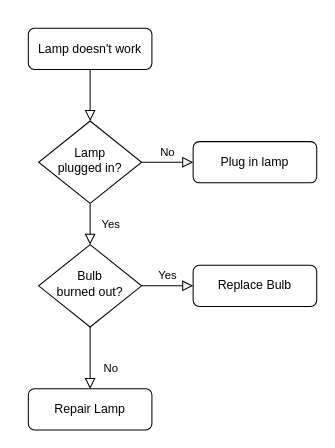
This is Untitled Diagram.drawio from lalitg/book, a draw.io file, before an edit. Source tidied: cells renumbered, new cells numbered last; positions are measured from the earlier drawing's top-left corner, leaving out a move shared by most shapes. Both pictures are drawn from the tidied source at 103%, with x=0, y=0 at pixel (28, 28).
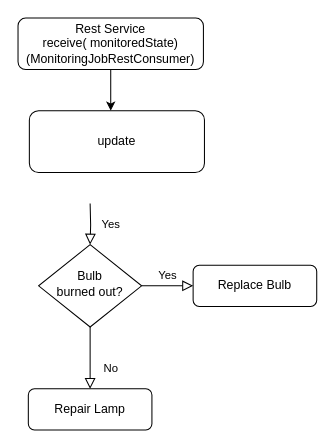
After the change.

What changed in the source:
```diff
@@
 <mxGraphModel>
   <root>
     <mxCell id="0" />
     <mxCell id="1" parent="0" />
-    <mxCell id="2" style="rounded=0;html=1;jettySize=auto;fontSize=11;endArrow=block;endFill=0;endSize=8;strokeWidth=1;shadow=0;labelBackgroundColor=none;edgeStyle=orthogonalEdgeStyle;" parent="1" edge="1" source="3" target="6">
-      <mxGeometry relative="1" as="geometry" />
-    </mxCell>
-    <mxCell id="3" value="Lamp doesn't work" style="rounded=1;whiteSpace=wrap;html=1;fontSize=12;glass=0;strokeWidth=1;shadow=0;" parent="1" vertex="1">
-      <mxGeometry width="120" height="40" as="geometry" />
+    <mxCell id="3" value="Rest Service&lt;br&gt;receive( monitoredState) (MonitoringJobRestConsumer)" style="rounded=1;whiteSpace=wrap;html=1;fontSize=12;glass=0;strokeWidth=1;shadow=0;" parent="1" vertex="1">
+      <mxGeometry x="-10" y="-10" width="180" height="50" as="geometry" />
     </mxCell>
-    <mxCell id="4" value="Yes" style="rounded=0;html=1;jettySize=auto;fontSize=11;endArrow=block;endFill=0;endSize=8;strokeWidth=1;shadow=0;labelBackgroundColor=none;edgeStyle=orthogonalEdgeStyle;" parent="1" edge="1" source="6" target="10">
-      <mxGeometry y="20" relative="1" as="geometry" />
+    <mxCell id="4" value="Yes" style="rounded=0;html=1;jettySize=auto;fontSize=11;endArrow=block;endFill=0;endSize=8;strokeWidth=1;shadow=0;labelBackgroundColor=none;edgeStyle=orthogonalEdgeStyle;" parent="1" edge="1" target="10">
+      <mxGeometry y="20" relative="1" as="geometry">
+        <mxPoint x="60" y="170" as="sourcePoint" />
+      </mxGeometry>
     </mxCell>
-    <mxCell id="5" value="No" style="edgeStyle=orthogonalEdgeStyle;rounded=0;html=1;jettySize=auto;fontSize=11;endArrow=block;endFill=0;endSize=8;strokeWidth=1;shadow=0;labelBackgroundColor=none;" parent="1" edge="1" source="6" target="7">
-      <mxGeometry y="10" relative="1" as="geometry" />
-    </mxCell>
-    <mxCell id="6" value="Lamp&lt;br&gt;plugged in?" style="rhombus;whiteSpace=wrap;html=1;shadow=0;fontFamily=Helvetica;fontSize=12;align=center;strokeWidth=1;spacing=6;spacingTop=-4;" parent="1" vertex="1">
-      <mxGeometry x="10" y="90" width="100" height="80" as="geometry" />
-    </mxCell>
-    <mxCell id="7" value="Plug in lamp" style="rounded=1;whiteSpace=wrap;html=1;fontSize=12;glass=0;strokeWidth=1;shadow=0;" parent="1" vertex="1">
-      <mxGeometry x="160" y="110" width="120" height="40" as="geometry" />
-    </mxCell>
     <mxCell id="8" value="No" style="rounded=0;html=1;jettySize=auto;fontSize=11;endArrow=block;endFill=0;endSize=8;strokeWidth=1;shadow=0;labelBackgroundColor=none;edgeStyle=orthogonalEdgeStyle;" parent="1" edge="1" source="10" target="11">
       <mxGeometry x="0.33" y="20" relative="1" as="geometry" />
     </mxCell>
     <mxCell id="9" value="Yes" style="edgeStyle=orthogonalEdgeStyle;rounded=0;html=1;jettySize=auto;fontSize=11;endArrow=block;endFill=0;endSize=8;strokeWidth=1;shadow=0;labelBackgroundColor=none;" parent="1" edge="1" source="10" target="12">
       <mxGeometry y="10" relative="1" as="geometry" />
     </mxCell>
     <mxCell id="10" value="Bulb&lt;br&gt;burned out?" style="rhombus;whiteSpace=wrap;html=1;shadow=0;fontFamily=Helvetica;fontSize=12;align=center;strokeWidth=1;spacing=6;spacingTop=-4;" parent="1" vertex="1">
       <mxGeometry x="10" y="210" width="100" height="80" as="geometry" />
     </mxCell>
     <mxCell id="11" value="Repair Lamp" style="rounded=1;whiteSpace=wrap;html=1;fontSize=12;glass=0;strokeWidth=1;shadow=0;" parent="1" vertex="1">
       <mxGeometry y="350" width="120" height="40" as="geometry" />
     </mxCell>
     <mxCell id="12" value="Replace Bulb" style="rounded=1;whiteSpace=wrap;html=1;fontSize=12;glass=0;strokeWidth=1;shadow=0;" parent="1" vertex="1">
       <mxGeometry x="160" y="230" width="120" height="40" as="geometry" />
     </mxCell>
+    <mxCell id="13" style="endArrow=classic;html=1;rounded=0;" parent="1" edge="1">
+      <mxGeometry relative="1" as="geometry">
+        <mxPoint x="80" y="40" as="sourcePoint" />
+        <mxPoint x="80" y="80" as="targetPoint" />
+      </mxGeometry>
+    </mxCell>
+    <mxCell id="14" value="update" style="rounded=1;whiteSpace=wrap;html=1;" parent="1" vertex="1">
+      <mxGeometry x="1" y="80" width="170" height="60" as="geometry" />
+    </mxCell>
   </root>
 </mxGraphModel>
```
